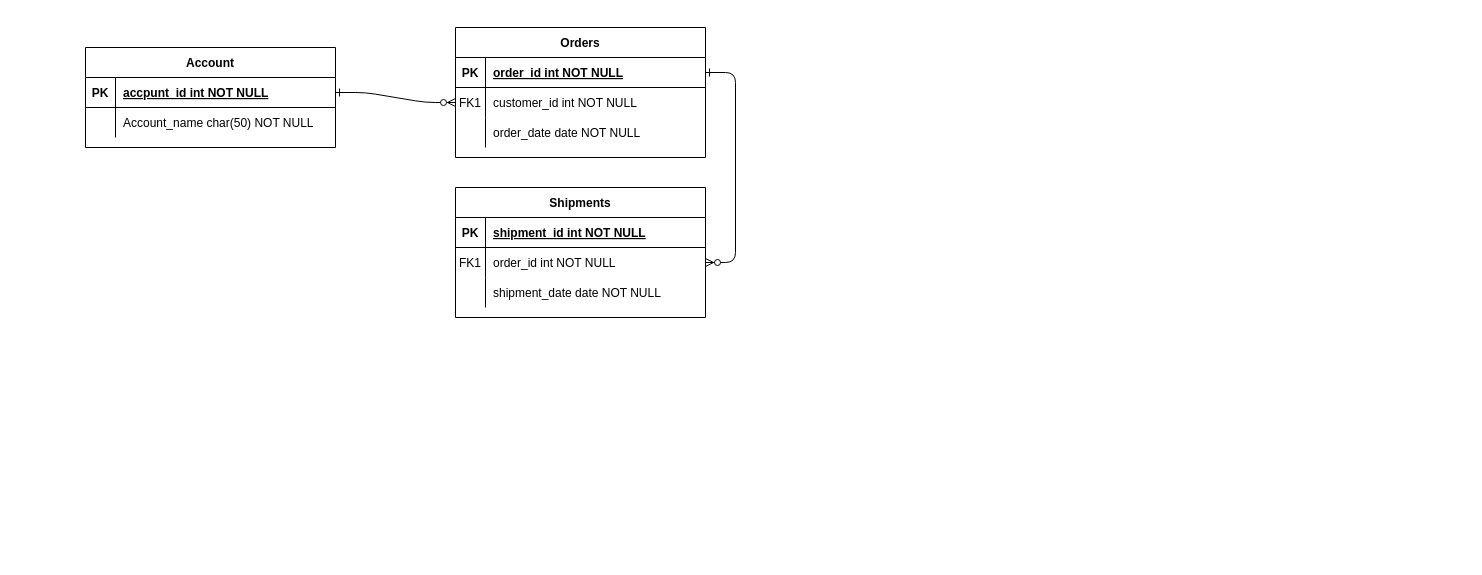
wolfsquared/Budgeting-App-Diagrams keeps this draw.io diagram as ERD.drawio. Above is the earlier version. Source tidied: cells renumbered, new cells numbered last; positions are measured from the earlier drawing's top-left corner, leaving out a move shared by most shapes. Both pictures are drawn from the tidied source at 100%, with x=0, y=0 at pixel (85, 27).
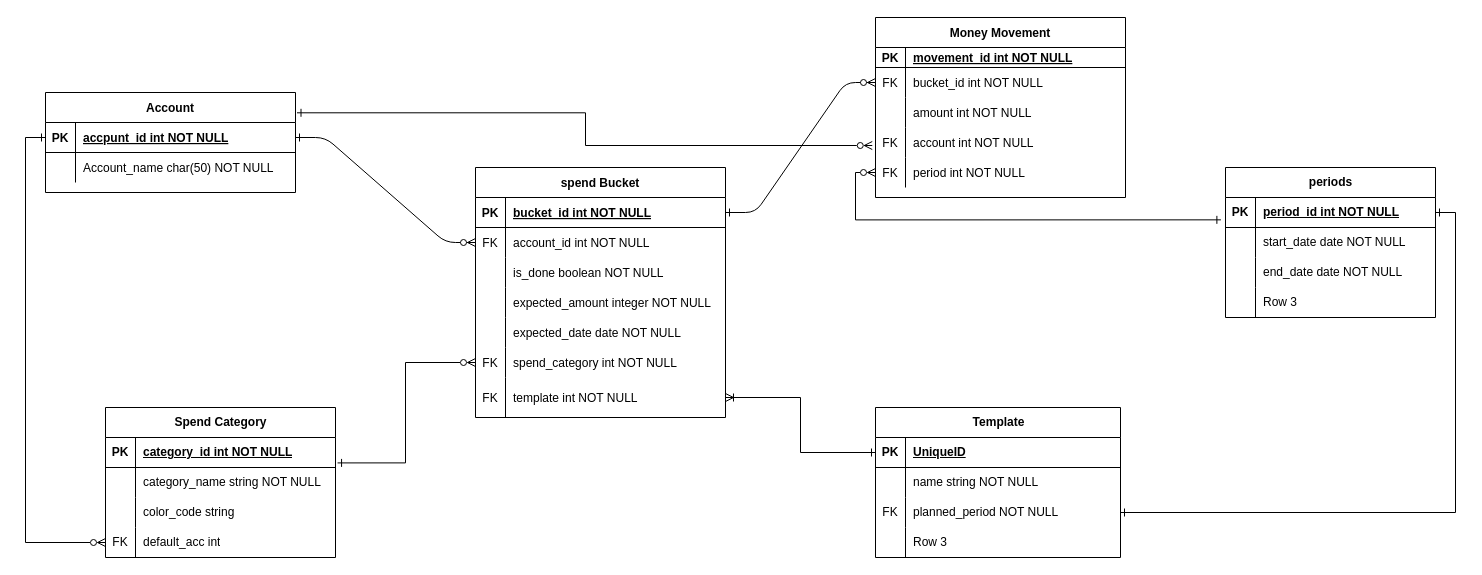
Above is the later version.

Unchanged cells that the change refers to:
```xml
<mxCell id="5" style="shape=partialRectangle;fillColor=none;points=[[0,0.5],[1,0.5]];portConstraint=eastwest;top=0;left=0;right=0;bottom=1;" parent="4" vertex="1">
  <mxGeometry y="30" width="250" height="30" as="geometry" />
</mxCell>
<mxCell id="8" style="shape=partialRectangle;fillColor=none;points=[[0,0.5],[1,0.5]];portConstraint=eastwest;top=0;left=0;right=0;bottom=0;" parent="4" vertex="1">
  <mxGeometry y="60" width="250" height="30" as="geometry" />
</mxCell>
<mxCell id="11" style="shape=partialRectangle;fillColor=none;top=0;left=0;right=0;bottom=0;" parent="4" vertex="1">
  <mxGeometry y="90" width="250" height="30" as="geometry" />
</mxCell>
<mxCell id="25" style="shape=partialRectangle;fillColor=none;points=[[0,0.5],[1,0.5]];portConstraint=eastwest;top=0;left=0;right=0;bottom=1;" parent="24" vertex="1">
  <mxGeometry y="30" width="250" height="30" as="geometry" />
</mxCell>
```

What changed in the source:
```diff
@@
-    <mxCell id="4" value="Orders" style="shape=table;startSize=30;childLayout=tableLayout;rowLines=0;fontStyle=1;align=center;" parent="1" vertex="1">
-      <mxGeometry x="370" width="250" height="130" as="geometry" />
+    <mxCell id="4" value="spend Bucket" style="shape=table;startSize=30;childLayout=tableLayout;rowLines=0;fontStyle=1;align=center;" parent="1" vertex="1">
+      <mxGeometry x="390" y="140" width="250" height="250" as="geometry" />
     </mxCell>
@@
-    <mxCell id="7" value="order_id int NOT NULL " style="shape=partialRectangle;overflow=hidden;fillColor=none;top=0;left=0;bottom=0;right=0;align=left;spacingLeft=6;fontStyle=5;" parent="5" vertex="1">
+    <mxCell id="7" value="bucket_id int NOT NULL " style="shape=partialRectangle;overflow=hidden;fillColor=none;top=0;left=0;bottom=0;right=0;align=left;spacingLeft=6;fontStyle=5;" parent="5" vertex="1">
       <mxGeometry x="30" width="220" height="30" as="geometry" />
     </mxCell>
@@
-    <mxCell id="9" value="FK1" style="shape=partialRectangle;overflow=hidden;fillColor=none;top=0;left=0;bottom=0;right=0;" parent="8" vertex="1">
+    <mxCell id="9" value="FK" style="shape=partialRectangle;overflow=hidden;fillColor=none;top=0;left=0;bottom=0;right=0;" parent="8" vertex="1">
       <mxGeometry width="30" height="30" as="geometry" />
     </mxCell>
-    <mxCell id="10" value="customer_id int NOT NULL" style="shape=partialRectangle;overflow=hidden;fillColor=none;top=0;left=0;bottom=0;right=0;align=left;spacingLeft=6;" parent="8" vertex="1">
+    <mxCell id="10" value="account_id int NOT NULL" style="shape=partialRectangle;overflow=hidden;fillColor=none;top=0;left=0;bottom=0;right=0;align=left;spacingLeft=6;" parent="8" vertex="1">
       <mxGeometry x="30" width="220" height="30" as="geometry" />
     </mxCell>
@@
-    <mxCell id="13" value="order_date date NOT NULL" style="shape=partialRectangle;overflow=hidden;fillColor=none;top=0;left=0;bottom=0;right=0;align=left;spacingLeft=6;" parent="11" vertex="1">
+    <mxCell id="13" value="is_done boolean NOT NULL" style="shape=partialRectangle;overflow=hidden;fillColor=none;top=0;left=0;bottom=0;right=0;align=left;spacingLeft=6;" parent="11" vertex="1">
       <mxGeometry x="30" width="220" height="30" as="geometry" />
     </mxCell>
+    <mxCell id="31" style="shape=partialRectangle;fillColor=none;top=0;left=0;right=0;bottom=0;" parent="4" vertex="1">
+      <mxGeometry y="120" width="250" height="30" as="geometry" />
+    </mxCell>
+    <mxCell id="32" style="shape=partialRectangle;overflow=hidden;fillColor=none;top=0;left=0;bottom=0;right=0;" parent="31" vertex="1">
+      <mxGeometry width="30" height="30" as="geometry" />
+    </mxCell>
+    <mxCell id="33" value="expected_amount integer NOT NULL" style="shape=partialRectangle;overflow=hidden;fillColor=none;top=0;left=0;bottom=0;right=0;align=left;spacingLeft=6;" parent="31" vertex="1">
+      <mxGeometry x="30" width="220" height="30" as="geometry" />
+    </mxCell>
+    <mxCell id="34" style="shape=partialRectangle;fillColor=none;top=0;left=0;right=0;bottom=0;" parent="4" vertex="1">
+      <mxGeometry y="150" width="250" height="30" as="geometry" />
+    </mxCell>
+    <mxCell id="35" style="shape=partialRectangle;overflow=hidden;fillColor=none;top=0;left=0;bottom=0;right=0;" parent="34" vertex="1">
+      <mxGeometry width="30" height="30" as="geometry" />
+    </mxCell>
+    <mxCell id="36" value="expected_date date NOT NULL" style="shape=partialRectangle;overflow=hidden;fillColor=none;top=0;left=0;bottom=0;right=0;align=left;spacingLeft=6;" parent="34" vertex="1">
+      <mxGeometry x="30" width="220" height="30" as="geometry" />
+    </mxCell>
+    <mxCell id="37" style="shape=partialRectangle;fillColor=none;points=[[0,0.5],[1,0.5]];portConstraint=eastwest;top=0;left=0;right=0;bottom=0;" parent="4" vertex="1">
+      <mxGeometry y="180" width="250" height="30" as="geometry" />
+    </mxCell>
+    <mxCell id="38" value="FK" style="shape=partialRectangle;overflow=hidden;fillColor=none;top=0;left=0;bottom=0;right=0;" parent="37" vertex="1">
+      <mxGeometry width="30" height="30" as="geometry" />
+    </mxCell>
+    <mxCell id="39" value="spend_category int NOT NULL" style="shape=partialRectangle;overflow=hidden;fillColor=none;top=0;left=0;bottom=0;right=0;align=left;spacingLeft=6;" parent="37" vertex="1">
+      <mxGeometry x="30" width="220" height="30" as="geometry" />
+    </mxCell>
+    <mxCell id="40" style="shape=partialRectangle;fillColor=none;points=[[0,0.5],[1,0.5]];portConstraint=eastwest;top=0;left=0;right=0;bottom=0;" parent="4" vertex="1">
+      <mxGeometry y="210" width="250" height="40" as="geometry" />
+    </mxCell>
+    <mxCell id="41" value="FK" style="shape=partialRectangle;overflow=hidden;fillColor=none;top=0;left=0;bottom=0;right=0;" parent="40" vertex="1">
+      <mxGeometry width="30" height="40" as="geometry" />
+    </mxCell>
+    <mxCell id="42" value="template int NOT NULL" style="shape=partialRectangle;overflow=hidden;fillColor=none;top=0;left=0;bottom=0;right=0;align=left;spacingLeft=6;" parent="40" vertex="1">
+      <mxGeometry x="30" width="220" height="40" as="geometry" />
+    </mxCell>
-    <mxCell id="14" value="Shipments" style="shape=table;startSize=30;childLayout=tableLayout;rowLines=0;fontStyle=1;align=center;" parent="1" vertex="1">
-      <mxGeometry x="370" y="160" width="250" height="130" as="geometry" />
+    <mxCell id="14" value="Money Movement" style="shape=table;startSize=30;childLayout=tableLayout;rowLines=0;fontStyle=1;align=center;" parent="1" vertex="1">
+      <mxGeometry x="790" y="-10" width="250" height="180" as="geometry" />
     </mxCell>
     <mxCell id="15" style="shape=partialRectangle;fillColor=none;top=0;left=0;right=0;bottom=1;" parent="14" vertex="1">
-      <mxGeometry y="30" width="250" height="30" as="geometry" />
+      <mxGeometry y="30" width="250" height="20" as="geometry" />
     </mxCell>
     <mxCell id="16" value="PK" style="shape=partialRectangle;overflow=hidden;fillColor=none;top=0;left=0;bottom=0;right=0;fontStyle=1;" parent="15" vertex="1">
-      <mxGeometry width="30" height="30" as="geometry" />
+      <mxGeometry width="30" height="20" as="geometry" />
     </mxCell>
-    <mxCell id="17" value="shipment_id int NOT NULL " style="shape=partialRectangle;overflow=hidden;fillColor=none;top=0;left=0;bottom=0;right=0;align=left;spacingLeft=6;fontStyle=5;" parent="15" vertex="1">
-      <mxGeometry x="30" width="220" height="30" as="geometry" />
+    <mxCell id="17" value="movement_id int NOT NULL " style="shape=partialRectangle;overflow=hidden;fillColor=none;top=0;left=0;bottom=0;right=0;align=left;spacingLeft=6;fontStyle=5;" parent="15" vertex="1">
+      <mxGeometry x="30" width="220" height="20" as="geometry" />
     </mxCell>
     <mxCell id="18" style="shape=partialRectangle;fillColor=none;points=[[0,0.5],[1,0.5]];portConstraint=eastwest;top=0;left=0;right=0;bottom=0;" parent="14" vertex="1">
-      <mxGeometry y="60" width="250" height="30" as="geometry" />
+      <mxGeometry y="50" width="250" height="30" as="geometry" />
     </mxCell>
-    <mxCell id="19" value="FK1" style="shape=partialRectangle;overflow=hidden;fillColor=none;top=0;left=0;bottom=0;right=0;" parent="18" vertex="1">
+    <mxCell id="19" value="FK" style="shape=partialRectangle;overflow=hidden;fillColor=none;top=0;left=0;bottom=0;right=0;" parent="18" vertex="1">
       <mxGeometry width="30" height="30" as="geometry" />
     </mxCell>
-    <mxCell id="20" value="order_id int NOT NULL" style="shape=partialRectangle;overflow=hidden;fillColor=none;top=0;left=0;bottom=0;right=0;align=left;spacingLeft=6;" parent="18" vertex="1">
+    <mxCell id="20" value="bucket_id int NOT NULL" style="shape=partialRectangle;overflow=hidden;fillColor=none;top=0;left=0;bottom=0;right=0;align=left;spacingLeft=6;" parent="18" vertex="1">
       <mxGeometry x="30" width="220" height="30" as="geometry" />
     </mxCell>
     <mxCell id="21" style="shape=partialRectangle;fillColor=none;top=0;left=0;right=0;bottom=0;" parent="14" vertex="1">
-      <mxGeometry y="90" width="250" height="30" as="geometry" />
+      <mxGeometry y="80" width="250" height="30" as="geometry" />
     </mxCell>
@@
-    <mxCell id="23" value="shipment_date date NOT NULL" style="shape=partialRectangle;overflow=hidden;fillColor=none;top=0;left=0;bottom=0;right=0;align=left;spacingLeft=6;" parent="21" vertex="1">
+    <mxCell id="23" value="amount int NOT NULL" style="shape=partialRectangle;overflow=hidden;fillColor=none;top=0;left=0;bottom=0;right=0;align=left;spacingLeft=6;" parent="21" vertex="1">
       <mxGeometry x="30" width="220" height="30" as="geometry" />
     </mxCell>
+    <mxCell id="43" style="shape=partialRectangle;fillColor=none;points=[[0,0.5],[1,0.5]];portConstraint=eastwest;top=0;left=0;right=0;bottom=0;" parent="14" vertex="1">
+      <mxGeometry y="110" width="250" height="30" as="geometry" />
+    </mxCell>
+    <mxCell id="44" value="FK" style="shape=partialRectangle;overflow=hidden;fillColor=none;top=0;left=0;bottom=0;right=0;" parent="43" vertex="1">
+      <mxGeometry width="30" height="30" as="geometry" />
+    </mxCell>
+    <mxCell id="45" value="account int NOT NULL" style="shape=partialRectangle;overflow=hidden;fillColor=none;top=0;left=0;bottom=0;right=0;align=left;spacingLeft=6;" parent="43" vertex="1">
+      <mxGeometry x="30" width="220" height="30" as="geometry" />
+    </mxCell>
+    <mxCell id="46" style="shape=partialRectangle;fillColor=none;points=[[0,0.5],[1,0.5]];portConstraint=eastwest;top=0;left=0;right=0;bottom=0;" parent="14" vertex="1">
+      <mxGeometry y="140" width="250" height="30" as="geometry" />
+    </mxCell>
+    <mxCell id="47" value="FK" style="shape=partialRectangle;overflow=hidden;fillColor=none;top=0;left=0;bottom=0;right=0;" parent="46" vertex="1">
+      <mxGeometry width="30" height="30" as="geometry" />
+    </mxCell>
+    <mxCell id="48" value="period int NOT NULL" style="shape=partialRectangle;overflow=hidden;fillColor=none;top=0;left=0;bottom=0;right=0;align=left;spacingLeft=6;" parent="46" vertex="1">
+      <mxGeometry x="30" width="220" height="30" as="geometry" />
+    </mxCell>
     <mxCell id="24" value="Account" style="shape=table;startSize=30;childLayout=tableLayout;rowLines=0;fontStyle=1;align=center;" parent="1" vertex="1">
-      <mxGeometry y="20" width="250" height="100" as="geometry" />
+      <mxGeometry x="-40" y="65" width="250" height="100" as="geometry" />
     </mxCell>
@@
+    <mxCell id="49" value="Spend Category" style="shape=table;startSize=30;childLayout=tableLayout;rowLines=0;fontStyle=1;align=center;html=1;" parent="1" vertex="1">
+      <mxGeometry x="20" y="380" width="230" height="150" as="geometry" />
+    </mxCell>
+    <mxCell id="50" style="shape=tableRow;horizontal=0;startSize=0;swimlaneHead=0;swimlaneBody=0;fillColor=none;points=[[0,0.5],[1,0.5]];portConstraint=eastwest;top=0;left=0;right=0;bottom=1;" parent="49" vertex="1">
+      <mxGeometry y="30" width="230" height="30" as="geometry" />
+    </mxCell>
+    <mxCell id="51" value="PK" style="shape=partialRectangle;fillColor=none;top=0;left=0;bottom=0;right=0;fontStyle=1;overflow=hidden;whiteSpace=wrap;html=1;" parent="50" vertex="1">
+      <mxGeometry width="30" height="30" as="geometry" />
+    </mxCell>
+    <mxCell id="52" value="category_id int NOT NULL" style="shape=partialRectangle;fillColor=none;top=0;left=0;bottom=0;right=0;align=left;spacingLeft=6;fontStyle=5;overflow=hidden;whiteSpace=wrap;html=1;" parent="50" vertex="1">
+      <mxGeometry x="30" width="200" height="30" as="geometry" />
+    </mxCell>
+    <mxCell id="53" style="shape=tableRow;horizontal=0;startSize=0;swimlaneHead=0;swimlaneBody=0;fillColor=none;top=0;left=0;right=0;bottom=0;" parent="49" vertex="1">
+      <mxGeometry y="60" width="230" height="30" as="geometry" />
+    </mxCell>
+    <mxCell id="54" style="shape=partialRectangle;fillColor=none;top=0;left=0;bottom=0;right=0;overflow=hidden;whiteSpace=wrap;html=1;" parent="53" vertex="1">
+      <mxGeometry width="30" height="30" as="geometry" />
+    </mxCell>
+    <mxCell id="55" value="category_name string NOT NULL" style="shape=partialRectangle;fillColor=none;top=0;left=0;bottom=0;right=0;align=left;spacingLeft=6;overflow=hidden;whiteSpace=wrap;html=1;" parent="53" vertex="1">
+      <mxGeometry x="30" width="200" height="30" as="geometry" />
+    </mxCell>
+    <mxCell id="56" style="shape=tableRow;horizontal=0;startSize=0;swimlaneHead=0;swimlaneBody=0;fillColor=none;top=0;left=0;right=0;bottom=0;" parent="49" vertex="1">
+      <mxGeometry y="90" width="230" height="30" as="geometry" />
+    </mxCell>
+    <mxCell id="57" style="shape=partialRectangle;fillColor=none;top=0;left=0;bottom=0;right=0;overflow=hidden;whiteSpace=wrap;html=1;" parent="56" vertex="1">
+      <mxGeometry width="30" height="30" as="geometry" />
+    </mxCell>
+    <mxCell id="58" value="color_code string" style="shape=partialRectangle;fillColor=none;top=0;left=0;bottom=0;right=0;align=left;spacingLeft=6;overflow=hidden;whiteSpace=wrap;html=1;" parent="56" vertex="1">
+      <mxGeometry x="30" width="200" height="30" as="geometry" />
+    </mxCell>
+    <mxCell id="59" style="shape=tableRow;horizontal=0;startSize=0;swimlaneHead=0;swimlaneBody=0;fillColor=none;points=[[0,0.5],[1,0.5]];portConstraint=eastwest;top=0;left=0;right=0;bottom=0;" parent="49" vertex="1">
+      <mxGeometry y="120" width="230" height="30" as="geometry" />
+    </mxCell>
+    <mxCell id="60" value="FK" style="shape=partialRectangle;fillColor=none;top=0;left=0;bottom=0;right=0;overflow=hidden;whiteSpace=wrap;html=1;" parent="59" vertex="1">
+      <mxGeometry width="30" height="30" as="geometry" />
+    </mxCell>
+    <mxCell id="61" value="default_acc int" style="shape=partialRectangle;fillColor=none;top=0;left=0;bottom=0;right=0;align=left;spacingLeft=6;overflow=hidden;whiteSpace=wrap;html=1;" parent="59" vertex="1">
+      <mxGeometry x="30" width="200" height="30" as="geometry" />
+    </mxCell>
+    <mxCell id="62" style="edgeStyle=orthogonalEdgeStyle;rounded=0;jettySize=auto;html=1;entryX=0;entryY=0.5;entryDx=0;entryDy=0;endArrow=ERone;endFill=0;startArrow=ERzeroToMany;startFill=0;" parent="1" edge="1" source="59" target="25">
+      <mxGeometry relative="1" as="geometry" />
+    </mxCell>
+    <mxCell id="63" style="edgeStyle=orthogonalEdgeStyle;rounded=0;jettySize=auto;html=1;exitX=0;exitY=0.5;exitDx=0;exitDy=0;entryX=1.009;entryY=0.847;entryDx=0;entryDy=0;entryPerimeter=0;endArrow=ERone;endFill=0;startArrow=ERzeroToMany;startFill=0;" parent="1" edge="1" source="37" target="50">
+      <mxGeometry relative="1" as="geometry" />
+    </mxCell>
+    <mxCell id="64" style="edgeStyle=orthogonalEdgeStyle;rounded=0;jettySize=auto;html=1;exitX=-0.013;exitY=0.6;exitDx=0;exitDy=0;entryX=1.006;entryY=0.203;entryDx=0;entryDy=0;entryPerimeter=0;exitPerimeter=0;startArrow=ERzeroToMany;startFill=0;endArrow=ERone;endFill=0;" parent="1" edge="1" source="43" target="24">
+      <mxGeometry relative="1" as="geometry" />
+    </mxCell>
+    <mxCell id="65" value="Template" style="shape=table;startSize=30;childLayout=tableLayout;rowLines=0;fontStyle=1;align=center;html=1;" parent="1" vertex="1">
+      <mxGeometry x="790" y="380" width="245" height="150" as="geometry" />
+    </mxCell>
+    <mxCell id="66" style="shape=tableRow;horizontal=0;startSize=0;swimlaneHead=0;swimlaneBody=0;fillColor=none;points=[[0,0.5],[1,0.5]];portConstraint=eastwest;top=0;left=0;right=0;bottom=1;" parent="65" vertex="1">
+      <mxGeometry y="30" width="245" height="30" as="geometry" />
+    </mxCell>
+    <mxCell id="67" value="PK" style="shape=partialRectangle;fillColor=none;top=0;left=0;bottom=0;right=0;fontStyle=1;overflow=hidden;whiteSpace=wrap;html=1;" parent="66" vertex="1">
+      <mxGeometry width="30" height="30" as="geometry" />
+    </mxCell>
+    <mxCell id="68" value="UniqueID" style="shape=partialRectangle;fillColor=none;top=0;left=0;bottom=0;right=0;align=left;spacingLeft=6;fontStyle=5;overflow=hidden;whiteSpace=wrap;html=1;" parent="66" vertex="1">
+      <mxGeometry x="30" width="215" height="30" as="geometry" />
+    </mxCell>
+    <mxCell id="69" style="shape=tableRow;horizontal=0;startSize=0;swimlaneHead=0;swimlaneBody=0;fillColor=none;top=0;left=0;right=0;bottom=0;" parent="65" vertex="1">
+      <mxGeometry y="60" width="245" height="30" as="geometry" />
+    </mxCell>
+    <mxCell id="70" style="shape=partialRectangle;fillColor=none;top=0;left=0;bottom=0;right=0;overflow=hidden;whiteSpace=wrap;html=1;" parent="69" vertex="1">
+      <mxGeometry width="30" height="30" as="geometry" />
+    </mxCell>
+    <mxCell id="71" value="name string NOT NULL" style="shape=partialRectangle;fillColor=none;top=0;left=0;bottom=0;right=0;align=left;spacingLeft=6;overflow=hidden;whiteSpace=wrap;html=1;" parent="69" vertex="1">
+      <mxGeometry x="30" width="215" height="30" as="geometry" />
+    </mxCell>
+    <mxCell id="72" style="shape=tableRow;horizontal=0;startSize=0;swimlaneHead=0;swimlaneBody=0;fillColor=none;points=[[0,0.5],[1,0.5]];portConstraint=eastwest;top=0;left=0;right=0;bottom=0;" parent="65" vertex="1">
+      <mxGeometry y="90" width="245" height="30" as="geometry" />
+    </mxCell>
+    <mxCell id="73" value="FK" style="shape=partialRectangle;fillColor=none;top=0;left=0;bottom=0;right=0;overflow=hidden;whiteSpace=wrap;html=1;" parent="72" vertex="1">
+      <mxGeometry width="30" height="30" as="geometry" />
+    </mxCell>
+    <mxCell id="74" value="planned_period NOT NULL" style="shape=partialRectangle;fillColor=none;top=0;left=0;bottom=0;right=0;align=left;spacingLeft=6;overflow=hidden;whiteSpace=wrap;html=1;" parent="72" vertex="1">
+      <mxGeometry x="30" width="215" height="30" as="geometry" />
+    </mxCell>
+    <mxCell id="75" style="shape=tableRow;horizontal=0;startSize=0;swimlaneHead=0;swimlaneBody=0;fillColor=none;top=0;left=0;right=0;bottom=0;" parent="65" vertex="1">
+      <mxGeometry y="120" width="245" height="30" as="geometry" />
+    </mxCell>
+    <mxCell id="76" style="shape=partialRectangle;fillColor=none;top=0;left=0;bottom=0;right=0;overflow=hidden;whiteSpace=wrap;html=1;" parent="75" vertex="1">
+      <mxGeometry width="30" height="30" as="geometry" />
+    </mxCell>
+    <mxCell id="77" value="Row 3" style="shape=partialRectangle;fillColor=none;top=0;left=0;bottom=0;right=0;align=left;spacingLeft=6;overflow=hidden;whiteSpace=wrap;html=1;" parent="75" vertex="1">
+      <mxGeometry x="30" width="215" height="30" as="geometry" />
+    </mxCell>
+    <mxCell id="78" value="periods" style="shape=table;startSize=30;childLayout=tableLayout;rowLines=0;fontStyle=1;align=center;html=1;" parent="1" vertex="1">
+      <mxGeometry x="1140" y="140" width="210" height="150" as="geometry" />
+    </mxCell>
+    <mxCell id="79" style="shape=tableRow;horizontal=0;startSize=0;swimlaneHead=0;swimlaneBody=0;fillColor=none;points=[[0,0.5],[1,0.5]];portConstraint=eastwest;top=0;left=0;right=0;bottom=1;" parent="78" vertex="1">
+      <mxGeometry y="30" width="210" height="30" as="geometry" />
+    </mxCell>
+    <mxCell id="80" value="PK" style="shape=partialRectangle;fillColor=none;top=0;left=0;bottom=0;right=0;fontStyle=1;overflow=hidden;whiteSpace=wrap;html=1;" parent="79" vertex="1">
+      <mxGeometry width="30" height="30" as="geometry" />
+    </mxCell>
+    <mxCell id="81" value="period_id int NOT NULL" style="shape=partialRectangle;fillColor=none;top=0;left=0;bottom=0;right=0;align=left;spacingLeft=6;fontStyle=5;overflow=hidden;whiteSpace=wrap;html=1;" parent="79" vertex="1">
+      <mxGeometry x="30" width="180" height="30" as="geometry" />
+    </mxCell>
+    <mxCell id="82" style="shape=tableRow;horizontal=0;startSize=0;swimlaneHead=0;swimlaneBody=0;fillColor=none;top=0;left=0;right=0;bottom=0;" parent="78" vertex="1">
+      <mxGeometry y="60" width="210" height="30" as="geometry" />
+    </mxCell>
+    <mxCell id="83" style="shape=partialRectangle;fillColor=none;top=0;left=0;bottom=0;right=0;overflow=hidden;whiteSpace=wrap;html=1;" parent="82" vertex="1">
+      <mxGeometry width="30" height="30" as="geometry" />
+    </mxCell>
+    <mxCell id="84" value="start_date date NOT NULL" style="shape=partialRectangle;fillColor=none;top=0;left=0;bottom=0;right=0;align=left;spacingLeft=6;overflow=hidden;whiteSpace=wrap;html=1;" parent="82" vertex="1">
+      <mxGeometry x="30" width="180" height="30" as="geometry" />
+    </mxCell>
+    <mxCell id="85" style="shape=tableRow;horizontal=0;startSize=0;swimlaneHead=0;swimlaneBody=0;fillColor=none;top=0;left=0;right=0;bottom=0;" parent="78" vertex="1">
+      <mxGeometry y="90" width="210" height="30" as="geometry" />
+    </mxCell>
+    <mxCell id="86" style="shape=partialRectangle;fillColor=none;top=0;left=0;bottom=0;right=0;overflow=hidden;whiteSpace=wrap;html=1;" parent="85" vertex="1">
+      <mxGeometry width="30" height="30" as="geometry" />
+    </mxCell>
+    <mxCell id="87" value="end_date date NOT NULL" style="shape=partialRectangle;fillColor=none;top=0;left=0;bottom=0;right=0;align=left;spacingLeft=6;overflow=hidden;whiteSpace=wrap;html=1;" parent="85" vertex="1">
+      <mxGeometry x="30" width="180" height="30" as="geometry" />
+    </mxCell>
+    <mxCell id="88" style="shape=tableRow;horizontal=0;startSize=0;swimlaneHead=0;swimlaneBody=0;fillColor=none;top=0;left=0;right=0;bottom=0;" parent="78" vertex="1">
+      <mxGeometry y="120" width="210" height="30" as="geometry" />
+    </mxCell>
+    <mxCell id="89" style="shape=partialRectangle;fillColor=none;top=0;left=0;bottom=0;right=0;overflow=hidden;whiteSpace=wrap;html=1;" parent="88" vertex="1">
+      <mxGeometry width="30" height="30" as="geometry" />
+    </mxCell>
+    <mxCell id="90" value="Row 3" style="shape=partialRectangle;fillColor=none;top=0;left=0;bottom=0;right=0;align=left;spacingLeft=6;overflow=hidden;whiteSpace=wrap;html=1;" parent="88" vertex="1">
+      <mxGeometry x="30" width="180" height="30" as="geometry" />
+    </mxCell>
+    <mxCell id="91" style="edgeStyle=orthogonalEdgeStyle;rounded=0;jettySize=auto;html=1;exitX=0;exitY=0.5;exitDx=0;exitDy=0;entryX=-0.022;entryY=0.745;entryDx=0;entryDy=0;entryPerimeter=0;startArrow=ERzeroToMany;startFill=0;endArrow=ERone;endFill=0;" parent="1" edge="1" source="46" target="79">
+      <mxGeometry relative="1" as="geometry" />
+    </mxCell>
+    <mxCell id="92" style="edgeStyle=orthogonalEdgeStyle;rounded=0;jettySize=auto;html=1;entryX=1;entryY=0.5;entryDx=0;entryDy=0;endArrow=ERone;endFill=0;startArrow=ERone;startFill=0;" parent="1" edge="1" source="72" target="79">
+      <mxGeometry relative="1" as="geometry" />
+    </mxCell>
+    <mxCell id="93" style="edgeStyle=orthogonalEdgeStyle;rounded=0;jettySize=auto;html=1;entryX=0;entryY=0.5;entryDx=0;entryDy=0;endArrow=ERone;endFill=0;startArrow=ERoneToMany;startFill=0;" parent="1" edge="1" source="40" target="66">
+      <mxGeometry relative="1" as="geometry" />
+    </mxCell>
```
